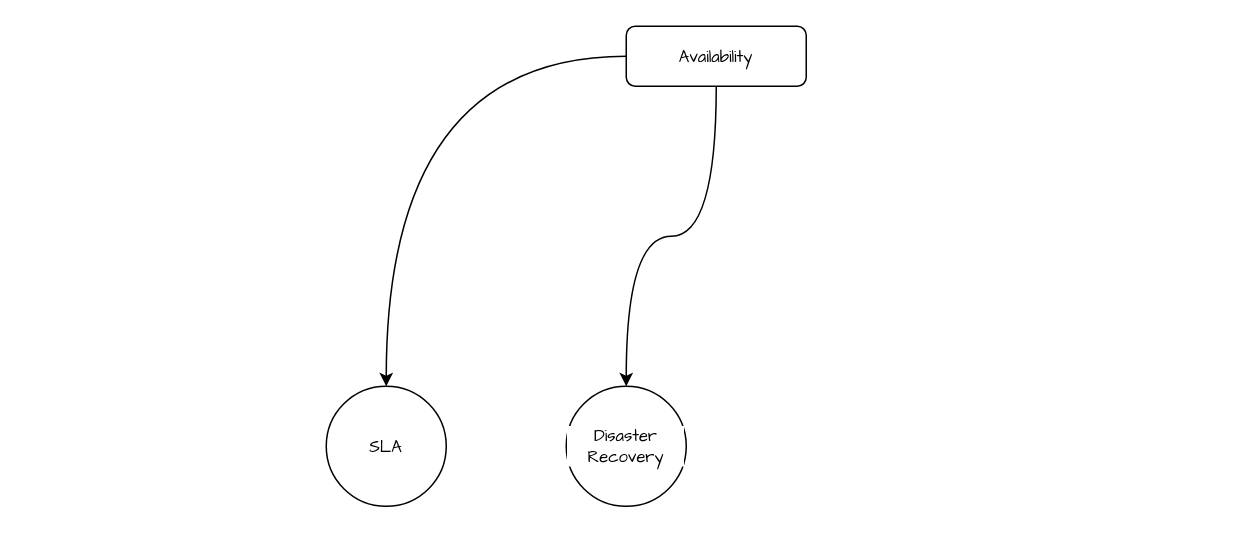
Above: page "Availability" (4 of 5) of System Design/System Design : Non-Functional Requirements.drawio in FilledVaccum/MindMaps (draw.io), before the change. Source tidied: cells renumbered, new cells numbered last; positions are measured from the earlier drawing's top-left corner, leaving out a move shared by most shapes. Both pictures are drawn from the tidied source at 150%, with x=0, y=0 at pixel (326, 26).
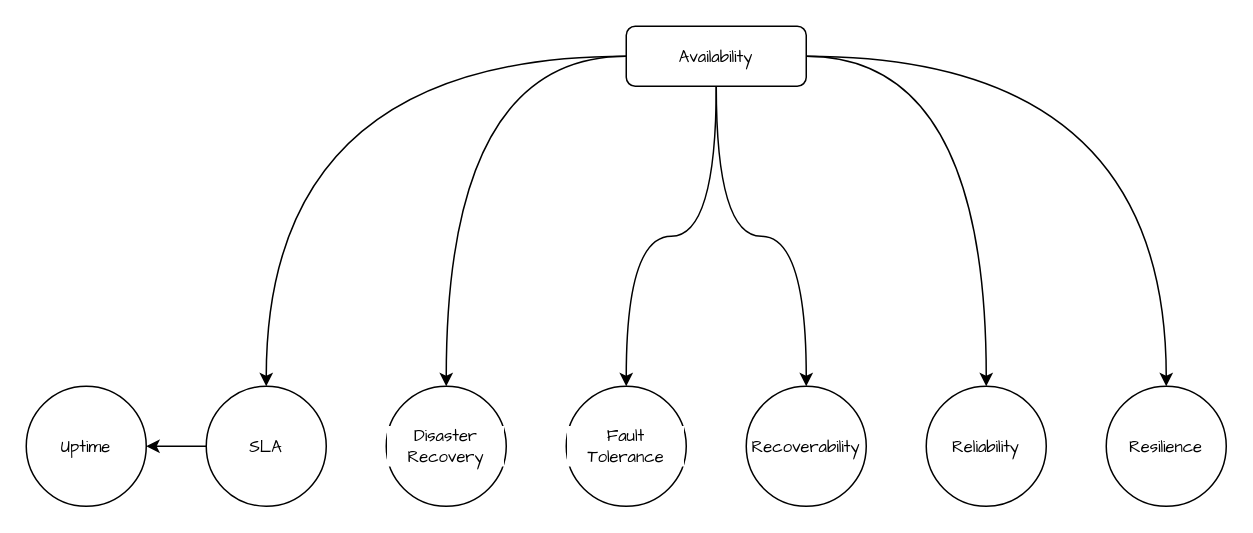
The same diagram, later.

Diff of the diagram source:
```diff
@@
 <mxGraphModel>
   <root>
     <mxCell id="0" />
     <mxCell id="1" parent="0" />
     <mxCell id="2" style="edgeStyle=orthogonalEdgeStyle;shape=connector;curved=1;rounded=0;hachureGap=4;jettySize=auto;html=1;strokeColor=default;align=center;verticalAlign=middle;fontFamily=Architects Daughter;fontSize=11;fontColor=default;labelBackgroundColor=default;endArrow=classic;" parent="1" edge="1" source="4" target="5">
       <mxGeometry relative="1" as="geometry" />
     </mxCell>
     <mxCell id="3" style="edgeStyle=orthogonalEdgeStyle;shape=connector;curved=1;rounded=0;hachureGap=4;jettySize=auto;html=1;strokeColor=default;align=center;verticalAlign=middle;fontFamily=Architects Daughter;fontSize=11;fontColor=default;labelBackgroundColor=default;endArrow=classic;" parent="1" edge="1" source="4" target="6">
       <mxGeometry relative="1" as="geometry" />
     </mxCell>
+    <mxCell id="7" style="edgeStyle=orthogonalEdgeStyle;shape=connector;curved=1;rounded=0;hachureGap=4;jettySize=auto;html=1;strokeColor=default;align=center;verticalAlign=middle;fontFamily=Architects Daughter;fontSize=11;fontColor=default;labelBackgroundColor=default;endArrow=classic;" parent="1" edge="1" source="4" target="13">
+      <mxGeometry relative="1" as="geometry" />
+    </mxCell>
+    <mxCell id="8" style="edgeStyle=orthogonalEdgeStyle;shape=connector;curved=1;rounded=0;hachureGap=4;jettySize=auto;html=1;strokeColor=default;align=center;verticalAlign=middle;fontFamily=Architects Daughter;fontSize=11;fontColor=default;labelBackgroundColor=default;endArrow=classic;" parent="1" edge="1" source="4" target="14">
+      <mxGeometry relative="1" as="geometry" />
+    </mxCell>
+    <mxCell id="9" style="edgeStyle=orthogonalEdgeStyle;shape=connector;curved=1;rounded=0;hachureGap=4;jettySize=auto;html=1;strokeColor=default;align=center;verticalAlign=middle;fontFamily=Architects Daughter;fontSize=11;fontColor=default;labelBackgroundColor=default;endArrow=classic;" parent="1" edge="1" source="4" target="15">
+      <mxGeometry relative="1" as="geometry" />
+    </mxCell>
+    <mxCell id="10" style="edgeStyle=orthogonalEdgeStyle;shape=connector;curved=1;rounded=0;hachureGap=4;jettySize=auto;html=1;strokeColor=default;align=center;verticalAlign=middle;fontFamily=Architects Daughter;fontSize=11;fontColor=default;labelBackgroundColor=default;endArrow=classic;" parent="1" edge="1" source="4" target="16">
+      <mxGeometry relative="1" as="geometry" />
+    </mxCell>
     <mxCell id="4" value="Availability" style="rounded=1;whiteSpace=wrap;html=1;hachureGap=4;strokeColor=default;align=center;verticalAlign=middle;fontFamily=Architects Daughter;fontSize=11;fontColor=default;labelBackgroundColor=default;fillColor=default;" parent="1" vertex="1">
       <mxGeometry x="200" width="120" height="40" as="geometry" />
     </mxCell>
+    <mxCell id="11" style="edgeStyle=orthogonalEdgeStyle;shape=connector;curved=1;rounded=0;hachureGap=4;jettySize=auto;html=1;strokeColor=default;align=center;verticalAlign=middle;fontFamily=Architects Daughter;fontSize=11;fontColor=default;labelBackgroundColor=default;endArrow=classic;" parent="1" edge="1" source="5" target="12">
+      <mxGeometry relative="1" as="geometry" />
+    </mxCell>
     <mxCell id="5" value="SLA" style="ellipse;whiteSpace=wrap;html=1;fontSize=11;fontFamily=Architects Daughter;rounded=1;hachureGap=4;labelBackgroundColor=default;" parent="1" vertex="1">
-      <mxGeometry y="240" width="80" height="80" as="geometry" />
+      <mxGeometry x="-80" y="240" width="80" height="80" as="geometry" />
     </mxCell>
     <mxCell id="6" value="Disaster Recovery" style="ellipse;whiteSpace=wrap;html=1;fontSize=11;fontFamily=Architects Daughter;rounded=1;hachureGap=4;labelBackgroundColor=default;" parent="1" vertex="1">
-      <mxGeometry x="160" y="240" width="80" height="80" as="geometry" />
+      <mxGeometry x="40" y="240" width="80" height="80" as="geometry" />
     </mxCell>
+    <mxCell id="12" value="Uptime" style="ellipse;whiteSpace=wrap;html=1;fontSize=11;fontFamily=Architects Daughter;rounded=1;hachureGap=4;labelBackgroundColor=default;" parent="1" vertex="1">
+      <mxGeometry x="-200" y="240" width="80" height="80" as="geometry" />
+    </mxCell>
+    <mxCell id="13" value="Fault Tolerance" style="ellipse;whiteSpace=wrap;html=1;fontSize=11;fontFamily=Architects Daughter;rounded=1;hachureGap=4;labelBackgroundColor=default;" parent="1" vertex="1">
+      <mxGeometry x="160" y="240" width="80" height="80" as="geometry" />
+    </mxCell>
+    <mxCell id="14" value="Recoverability" style="ellipse;whiteSpace=wrap;html=1;fontSize=11;fontFamily=Architects Daughter;rounded=1;hachureGap=4;labelBackgroundColor=default;" parent="1" vertex="1">
+      <mxGeometry x="280" y="240" width="80" height="80" as="geometry" />
+    </mxCell>
+    <mxCell id="15" value="Reliability" style="ellipse;whiteSpace=wrap;html=1;fontSize=11;fontFamily=Architects Daughter;rounded=1;hachureGap=4;labelBackgroundColor=default;" parent="1" vertex="1">
+      <mxGeometry x="400" y="240" width="80" height="80" as="geometry" />
+    </mxCell>
+    <mxCell id="16" value="Resilience" style="ellipse;whiteSpace=wrap;html=1;fontSize=11;fontFamily=Architects Daughter;rounded=1;hachureGap=4;labelBackgroundColor=default;" parent="1" vertex="1">
+      <mxGeometry x="520" y="240" width="80" height="80" as="geometry" />
+    </mxCell>
   </root>
 </mxGraphModel>
```
